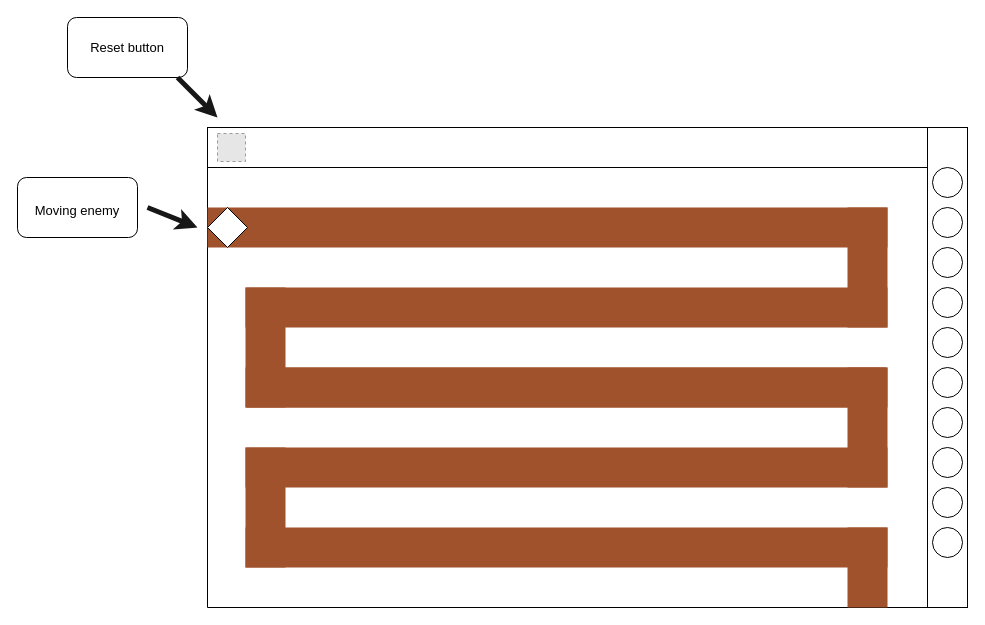
Earlier version of the draw.io diagram TowerDefenseGP.drawio (olliglorioso/datasets). Source tidied: cells renumbered, new cells numbered last; positions are measured from the earlier drawing's top-left corner, leaving out a move shared by most shapes. Both pictures are drawn from the tidied source at 100%, with x=0, y=0 at pixel (17, 17). Pictures stored in the file or linked from it are replaced by grey dashed boxes.
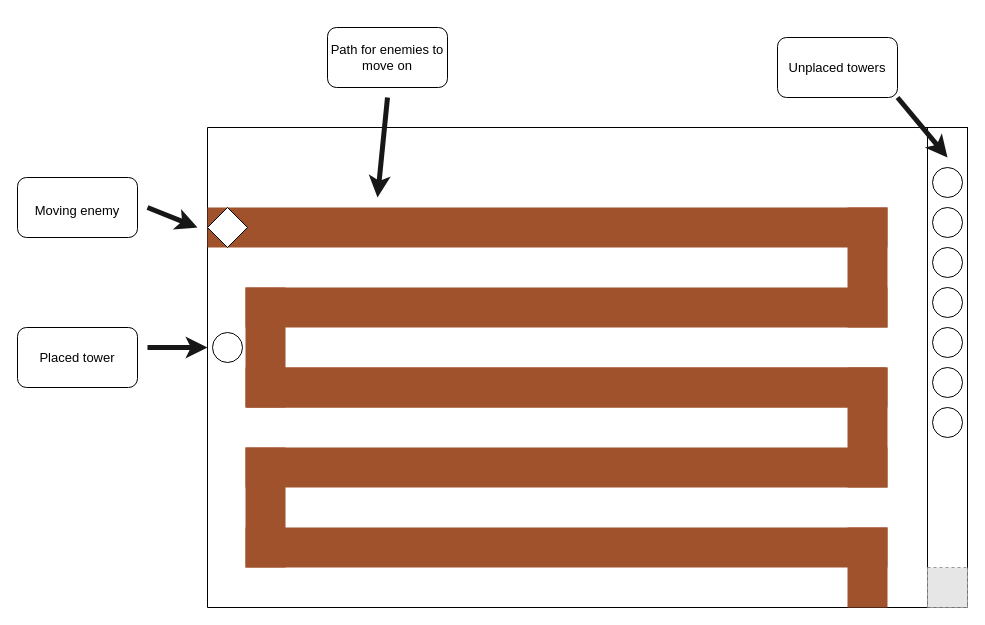
After the change.

The change refers to these unchanged cells:
```xml
<mxCell id="2" style="swimlane;startSize=0;fillColor=#009900;strokeColor=#000000;" parent="1" vertex="1">
  <mxGeometry x="190" y="110" width="760" height="480" as="geometry" />
</mxCell>
```

Change to the diagram source:
```diff
@@
-    <mxCell id="3" style="rounded=0;whiteSpace=wrap;html=1;" parent="2" vertex="1">
-      <mxGeometry width="760" height="40" as="geometry" />
-    </mxCell>
-    <mxCell id="4" style="fillColor=#E6E6E6;strokeColor=#999999;dashed=1;html=1;verticalAlign=top;verticalLabelPosition=bottom;labelBackgroundColor=#ffffff;" parent="2" vertex="1">
-      <mxGeometry x="10" y="6" width="28" height="28" as="geometry" />
-    </mxCell>
@@
-    <mxCell id="13" style="ellipse;whiteSpace=wrap;html=1;" parent="2" vertex="1">
-      <mxGeometry x="725" y="320" width="30" height="30" as="geometry" />
-    </mxCell>
-    <mxCell id="14" style="ellipse;whiteSpace=wrap;html=1;" parent="2" vertex="1">
-      <mxGeometry x="725" y="360" width="30" height="30" as="geometry" />
-    </mxCell>
-    <mxCell id="15" style="ellipse;whiteSpace=wrap;html=1;" parent="2" vertex="1">
-      <mxGeometry x="725" y="400" width="30" height="30" as="geometry" />
-    </mxCell>
@@
+    <mxCell id="32" style="ellipse;whiteSpace=wrap;html=1;" parent="2" vertex="1">
+      <mxGeometry x="5" y="205" width="30" height="30" as="geometry" />
+    </mxCell>
+    <mxCell id="33" style="endArrow=classic;html=1;rounded=0;strokeColor=#171717;strokeWidth=5;fontSize=20;" parent="2" edge="1">
+      <mxGeometry relative="1" as="geometry">
+        <mxPoint x="180" y="-30" as="sourcePoint" />
+        <mxPoint x="170" y="70" as="targetPoint" />
+      </mxGeometry>
+    </mxCell>
+    <mxCell id="34" style="fillColor=#E6E6E6;strokeColor=#999999;dashed=1;verticalLabelPosition=bottom;labelBackgroundColor=default;verticalAlign=top;" parent="2" vertex="1">
+      <mxGeometry x="720" y="440" width="40" height="40" as="geometry" />
+    </mxCell>
@@
-    <mxCell id="28" value="&lt;font style=&quot;font-size: 13px;&quot;&gt;Reset button&lt;/font&gt;" style="rounded=1;whiteSpace=wrap;html=1;" parent="1" vertex="1">
-      <mxGeometry x="50" width="120" height="60" as="geometry" />
-    </mxCell>
-    <mxCell id="29" style="endArrow=classic;html=1;rounded=0;strokeColor=#171717;strokeWidth=5;fontSize=20;" parent="1" edge="1">
-      <mxGeometry relative="1" as="geometry">
-        <mxPoint x="160" y="60" as="sourcePoint" />
-        <mxPoint x="200" y="100" as="targetPoint" />
-      </mxGeometry>
-    </mxCell>
@@
+    <mxCell id="35" value="&lt;font style=&quot;font-size: 13px;&quot;&gt;Path for enemies to move on&lt;/font&gt;" style="rounded=1;whiteSpace=wrap;html=1;fontSize=13;" parent="1" vertex="1">
+      <mxGeometry x="310" y="10" width="120" height="60" as="geometry" />
+    </mxCell>
+    <mxCell id="36" style="endArrow=classic;html=1;rounded=0;strokeColor=#171717;strokeWidth=5;fontSize=20;" parent="1" edge="1">
+      <mxGeometry relative="1" as="geometry">
+        <mxPoint x="880" y="80" as="sourcePoint" />
+        <mxPoint x="930" y="140" as="targetPoint" />
+      </mxGeometry>
+    </mxCell>
+    <mxCell id="37" value="Unplaced towers" style="rounded=1;whiteSpace=wrap;html=1;fontSize=13;" parent="1" vertex="1">
+      <mxGeometry x="760" y="20" width="120" height="60" as="geometry" />
+    </mxCell>
+    <mxCell id="38" value="Placed tower" style="rounded=1;whiteSpace=wrap;html=1;fontSize=13;" parent="1" vertex="1">
+      <mxGeometry y="310" width="120" height="60" as="geometry" />
+    </mxCell>
+    <mxCell id="39" style="endArrow=classic;html=1;rounded=0;strokeColor=#171717;strokeWidth=5;fontSize=20;" parent="1" edge="1">
+      <mxGeometry relative="1" as="geometry">
+        <mxPoint x="130" y="330" as="sourcePoint" />
+        <mxPoint x="190" y="330" as="targetPoint" />
+      </mxGeometry>
+    </mxCell>
```
